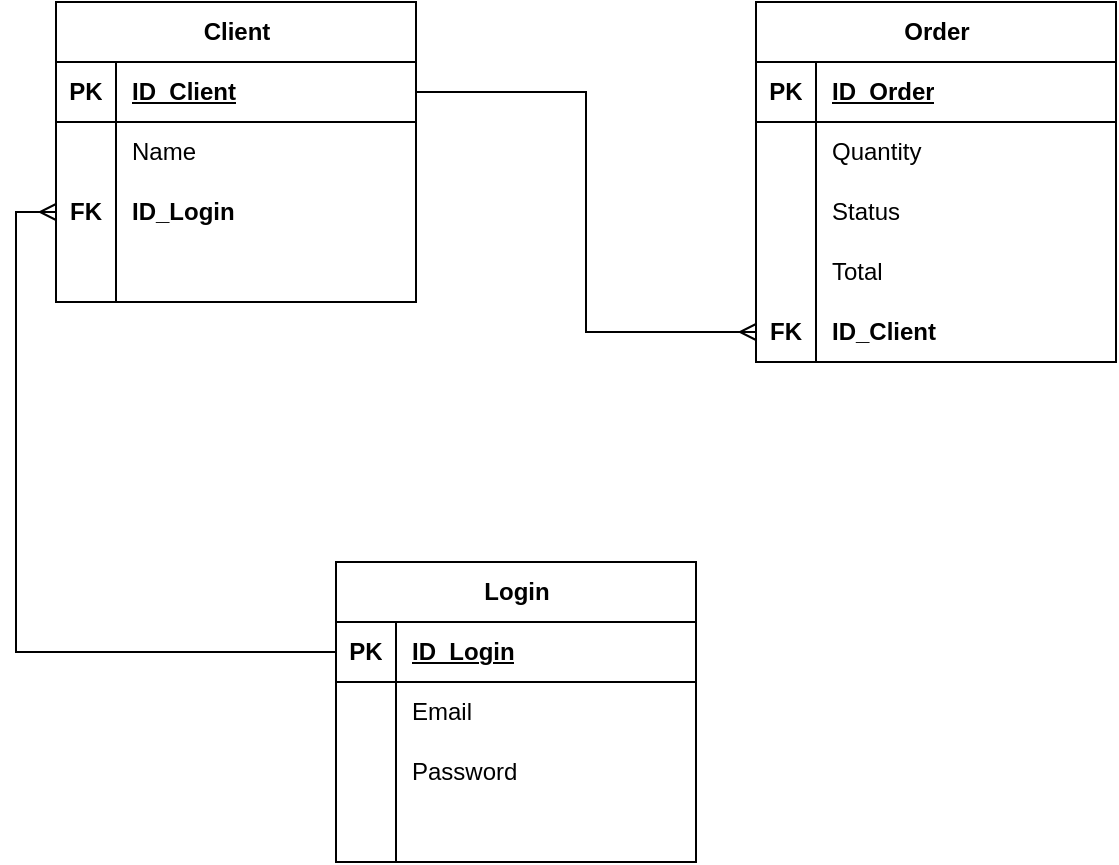
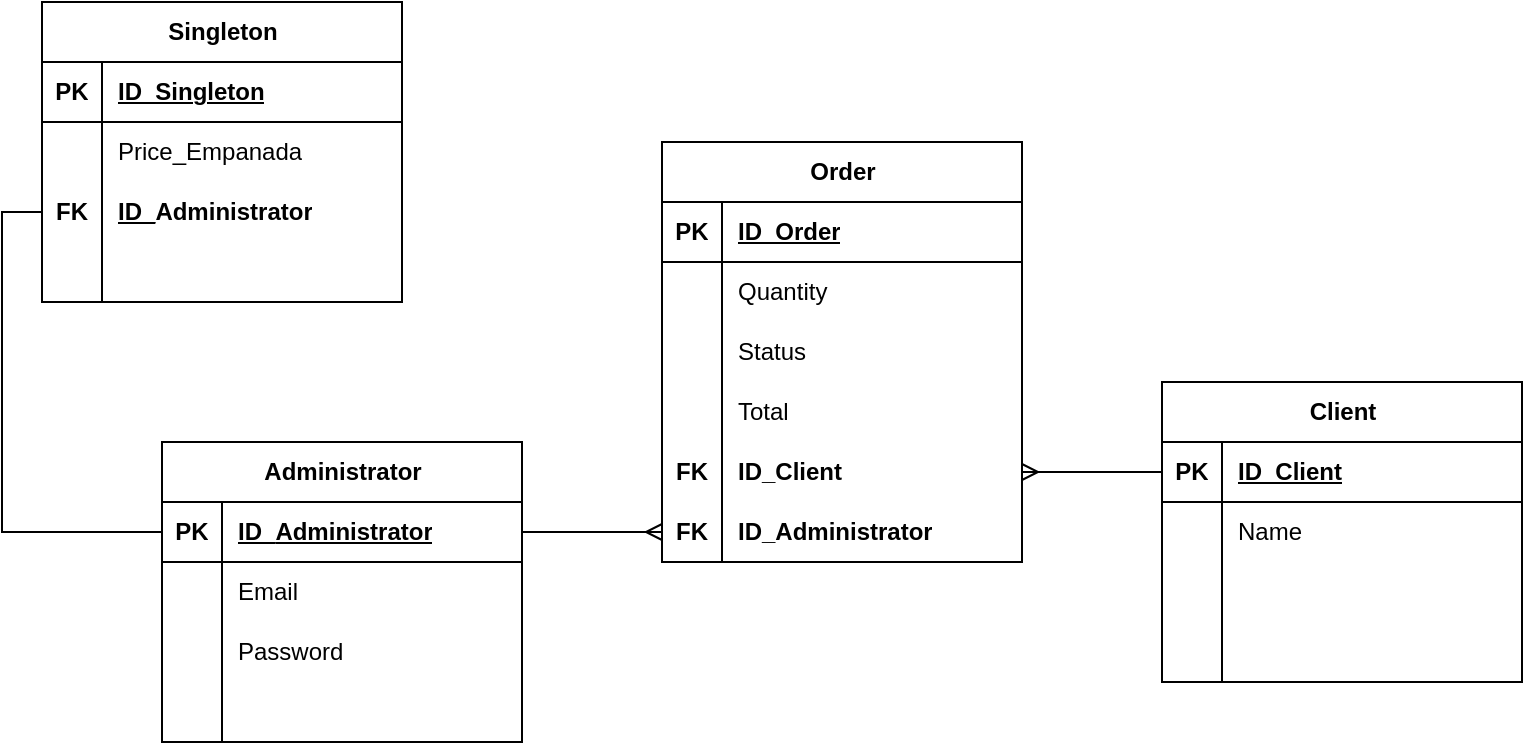
<mxfile host="app.diagrams.net">
  <diagram name="Página-1" id="OwNgiuJym1IdcQtIx1tB">
-     <mxGraphModel dx="628" dy="668" grid="1" gridSize="10" guides="1" tooltips="1" connect="1" arrows="1" fold="1" page="1" pageScale="1" pageWidth="827" pageHeight="1169" math="0" shadow="0">
+     <mxGraphModel dx="903" dy="960" grid="1" gridSize="10" guides="1" tooltips="1" connect="1" arrows="1" fold="1" page="1" pageScale="1" pageWidth="827" pageHeight="1169" math="0" shadow="0">
      <root>
        <mxCell id="0" />
        <mxCell id="1" parent="0" />
        <mxCell id="pkmkcIs28pNVRUKd5ecf-1" parent="1" style="shape=table;startSize=30;container=1;collapsible=1;childLayout=tableLayout;fixedRows=1;rowLines=0;fontStyle=1;align=center;resizeLast=1;html=1;" value="Client" vertex="1">
-           <mxGeometry height="150" width="180" x="130" y="110" as="geometry" />
+           <mxGeometry height="150" width="180" x="610" y="320" as="geometry" />
        </mxCell>
        <mxCell id="pkmkcIs28pNVRUKd5ecf-2" parent="pkmkcIs28pNVRUKd5ecf-1" style="shape=tableRow;horizontal=0;startSize=0;swimlaneHead=0;swimlaneBody=0;fillColor=none;collapsible=0;dropTarget=0;points=[[0,0.5],[1,0.5]];portConstraint=eastwest;top=0;left=0;right=0;bottom=1;" value="" vertex="1">
          <mxGeometry height="30" width="180" y="30" as="geometry" />
        </mxCell>
        <mxCell id="pkmkcIs28pNVRUKd5ecf-3" parent="pkmkcIs28pNVRUKd5ecf-2" style="shape=partialRectangle;connectable=0;fillColor=none;top=0;left=0;bottom=0;right=0;fontStyle=1;overflow=hidden;whiteSpace=wrap;html=1;" value="PK" vertex="1">
          <mxGeometry height="30" width="30" as="geometry">
            <mxRectangle height="30" width="30" as="alternateBounds" />
          </mxGeometry>
        </mxCell>
        <mxCell id="pkmkcIs28pNVRUKd5ecf-4" parent="pkmkcIs28pNVRUKd5ecf-2" style="shape=partialRectangle;connectable=0;fillColor=none;top=0;left=0;bottom=0;right=0;align=left;spacingLeft=6;fontStyle=5;overflow=hidden;whiteSpace=wrap;html=1;" value="ID_Client" vertex="1">
          <mxGeometry height="30" width="150" x="30" as="geometry">
            <mxRectangle height="30" width="150" as="alternateBounds" />
          </mxGeometry>
        </mxCell>
        <mxCell id="pkmkcIs28pNVRUKd5ecf-5" parent="pkmkcIs28pNVRUKd5ecf-1" style="shape=tableRow;horizontal=0;startSize=0;swimlaneHead=0;swimlaneBody=0;fillColor=none;collapsible=0;dropTarget=0;points=[[0,0.5],[1,0.5]];portConstraint=eastwest;top=0;left=0;right=0;bottom=0;" value="" vertex="1">
          <mxGeometry height="30" width="180" y="60" as="geometry" />
        </mxCell>
        <mxCell id="pkmkcIs28pNVRUKd5ecf-6" parent="pkmkcIs28pNVRUKd5ecf-5" style="shape=partialRectangle;connectable=0;fillColor=none;top=0;left=0;bottom=0;right=0;editable=1;overflow=hidden;whiteSpace=wrap;html=1;" value="" vertex="1">
          <mxGeometry height="30" width="30" as="geometry">
            <mxRectangle height="30" width="30" as="alternateBounds" />
          </mxGeometry>
        </mxCell>
        <mxCell id="pkmkcIs28pNVRUKd5ecf-7" parent="pkmkcIs28pNVRUKd5ecf-5" style="shape=partialRectangle;connectable=0;fillColor=none;top=0;left=0;bottom=0;right=0;align=left;spacingLeft=6;overflow=hidden;whiteSpace=wrap;html=1;" value="Name" vertex="1">
          <mxGeometry height="30" width="150" x="30" as="geometry">
            <mxRectangle height="30" width="150" as="alternateBounds" />
          </mxGeometry>
        </mxCell>
        <mxCell id="pkmkcIs28pNVRUKd5ecf-8" parent="pkmkcIs28pNVRUKd5ecf-1" style="shape=tableRow;horizontal=0;startSize=0;swimlaneHead=0;swimlaneBody=0;fillColor=none;collapsible=0;dropTarget=0;points=[[0,0.5],[1,0.5]];portConstraint=eastwest;top=0;left=0;right=0;bottom=0;" value="" vertex="1">
          <mxGeometry height="30" width="180" y="90" as="geometry" />
        </mxCell>
-         <mxCell id="pkmkcIs28pNVRUKd5ecf-9" parent="pkmkcIs28pNVRUKd5ecf-8" style="shape=partialRectangle;connectable=0;fillColor=none;top=0;left=0;bottom=0;right=0;editable=1;overflow=hidden;whiteSpace=wrap;html=1;" value="&lt;b&gt;FK&lt;/b&gt;" vertex="1">
-           <mxGeometry height="30" width="30" as="geometry">
-             <mxRectangle height="30" width="30" as="alternateBounds" />
-           </mxGeometry>
-         </mxCell>
-         <mxCell id="pkmkcIs28pNVRUKd5ecf-10" parent="pkmkcIs28pNVRUKd5ecf-8" style="shape=partialRectangle;connectable=0;fillColor=none;top=0;left=0;bottom=0;right=0;align=left;spacingLeft=6;overflow=hidden;whiteSpace=wrap;html=1;" value="&lt;b&gt;ID_Login&lt;/b&gt;" vertex="1">
+         <mxCell id="pkmkcIs28pNVRUKd5ecf-9" parent="pkmkcIs28pNVRUKd5ecf-8" style="shape=partialRectangle;connectable=0;fillColor=none;top=0;left=0;bottom=0;right=0;editable=1;overflow=hidden;whiteSpace=wrap;html=1;" value="" vertex="1">
+           <mxGeometry height="30" width="30" as="geometry">
+             <mxRectangle height="30" width="30" as="alternateBounds" />
+           </mxGeometry>
+         </mxCell>
+         <mxCell id="pkmkcIs28pNVRUKd5ecf-10" parent="pkmkcIs28pNVRUKd5ecf-8" style="shape=partialRectangle;connectable=0;fillColor=none;top=0;left=0;bottom=0;right=0;align=left;spacingLeft=6;overflow=hidden;whiteSpace=wrap;html=1;" value="" vertex="1">
          <mxGeometry height="30" width="150" x="30" as="geometry">
            <mxRectangle height="30" width="150" as="alternateBounds" />
          </mxGeometry>
        </mxCell>
        <mxCell id="pkmkcIs28pNVRUKd5ecf-11" parent="pkmkcIs28pNVRUKd5ecf-1" style="shape=tableRow;horizontal=0;startSize=0;swimlaneHead=0;swimlaneBody=0;fillColor=none;collapsible=0;dropTarget=0;points=[[0,0.5],[1,0.5]];portConstraint=eastwest;top=0;left=0;right=0;bottom=0;" value="" vertex="1">
          <mxGeometry height="30" width="180" y="120" as="geometry" />
        </mxCell>
        <mxCell id="pkmkcIs28pNVRUKd5ecf-12" parent="pkmkcIs28pNVRUKd5ecf-11" style="shape=partialRectangle;connectable=0;fillColor=none;top=0;left=0;bottom=0;right=0;editable=1;overflow=hidden;whiteSpace=wrap;html=1;" value="" vertex="1">
          <mxGeometry height="30" width="30" as="geometry">
            <mxRectangle height="30" width="30" as="alternateBounds" />
          </mxGeometry>
        </mxCell>
        <mxCell id="pkmkcIs28pNVRUKd5ecf-13" parent="pkmkcIs28pNVRUKd5ecf-11" style="shape=partialRectangle;connectable=0;fillColor=none;top=0;left=0;bottom=0;right=0;align=left;spacingLeft=6;overflow=hidden;whiteSpace=wrap;html=1;" value="" vertex="1">
          <mxGeometry height="30" width="150" x="30" as="geometry">
            <mxRectangle height="30" width="150" as="alternateBounds" />
          </mxGeometry>
        </mxCell>
        <mxCell id="pkmkcIs28pNVRUKd5ecf-14" parent="1" style="shape=table;startSize=30;container=1;collapsible=1;childLayout=tableLayout;fixedRows=1;rowLines=0;fontStyle=1;align=center;resizeLast=1;html=1;" value="Order" vertex="1">
-           <mxGeometry height="180" width="180" x="480" y="110" as="geometry" />
+           <mxGeometry height="210" width="180" x="360" y="200" as="geometry" />
        </mxCell>
        <mxCell id="pkmkcIs28pNVRUKd5ecf-15" parent="pkmkcIs28pNVRUKd5ecf-14" style="shape=tableRow;horizontal=0;startSize=0;swimlaneHead=0;swimlaneBody=0;fillColor=none;collapsible=0;dropTarget=0;points=[[0,0.5],[1,0.5]];portConstraint=eastwest;top=0;left=0;right=0;bottom=1;" value="" vertex="1">
          <mxGeometry height="30" width="180" y="30" as="geometry" />
        </mxCell>
        <mxCell id="pkmkcIs28pNVRUKd5ecf-16" parent="pkmkcIs28pNVRUKd5ecf-15" style="shape=partialRectangle;connectable=0;fillColor=none;top=0;left=0;bottom=0;right=0;fontStyle=1;overflow=hidden;whiteSpace=wrap;html=1;" value="PK" vertex="1">
          <mxGeometry height="30" width="30" as="geometry">
            <mxRectangle height="30" width="30" as="alternateBounds" />
          </mxGeometry>
        </mxCell>
        <mxCell id="pkmkcIs28pNVRUKd5ecf-17" parent="pkmkcIs28pNVRUKd5ecf-15" style="shape=partialRectangle;connectable=0;fillColor=none;top=0;left=0;bottom=0;right=0;align=left;spacingLeft=6;fontStyle=5;overflow=hidden;whiteSpace=wrap;html=1;" value="ID_Order" vertex="1">
          <mxGeometry height="30" width="150" x="30" as="geometry">
            <mxRectangle height="30" width="150" as="alternateBounds" />
          </mxGeometry>
        </mxCell>
        <mxCell id="pkmkcIs28pNVRUKd5ecf-18" parent="pkmkcIs28pNVRUKd5ecf-14" style="shape=tableRow;horizontal=0;startSize=0;swimlaneHead=0;swimlaneBody=0;fillColor=none;collapsible=0;dropTarget=0;points=[[0,0.5],[1,0.5]];portConstraint=eastwest;top=0;left=0;right=0;bottom=0;" value="" vertex="1">
          <mxGeometry height="30" width="180" y="60" as="geometry" />
        </mxCell>
        <mxCell id="pkmkcIs28pNVRUKd5ecf-19" parent="pkmkcIs28pNVRUKd5ecf-18" style="shape=partialRectangle;connectable=0;fillColor=none;top=0;left=0;bottom=0;right=0;editable=1;overflow=hidden;whiteSpace=wrap;html=1;" value="" vertex="1">
          <mxGeometry height="30" width="30" as="geometry">
            <mxRectangle height="30" width="30" as="alternateBounds" />
          </mxGeometry>
        </mxCell>
        <mxCell id="pkmkcIs28pNVRUKd5ecf-20" parent="pkmkcIs28pNVRUKd5ecf-18" style="shape=partialRectangle;connectable=0;fillColor=none;top=0;left=0;bottom=0;right=0;align=left;spacingLeft=6;overflow=hidden;whiteSpace=wrap;html=1;" value="Quantity" vertex="1">
          <mxGeometry height="30" width="150" x="30" as="geometry">
            <mxRectangle height="30" width="150" as="alternateBounds" />
          </mxGeometry>
        </mxCell>
        <mxCell id="pkmkcIs28pNVRUKd5ecf-21" parent="pkmkcIs28pNVRUKd5ecf-14" style="shape=tableRow;horizontal=0;startSize=0;swimlaneHead=0;swimlaneBody=0;fillColor=none;collapsible=0;dropTarget=0;points=[[0,0.5],[1,0.5]];portConstraint=eastwest;top=0;left=0;right=0;bottom=0;" value="" vertex="1">
          <mxGeometry height="30" width="180" y="90" as="geometry" />
        </mxCell>
        <mxCell id="pkmkcIs28pNVRUKd5ecf-22" parent="pkmkcIs28pNVRUKd5ecf-21" style="shape=partialRectangle;connectable=0;fillColor=none;top=0;left=0;bottom=0;right=0;editable=1;overflow=hidden;whiteSpace=wrap;html=1;" value="" vertex="1">
          <mxGeometry height="30" width="30" as="geometry">
            <mxRectangle height="30" width="30" as="alternateBounds" />
          </mxGeometry>
        </mxCell>
        <mxCell id="pkmkcIs28pNVRUKd5ecf-23" parent="pkmkcIs28pNVRUKd5ecf-21" style="shape=partialRectangle;connectable=0;fillColor=none;top=0;left=0;bottom=0;right=0;align=left;spacingLeft=6;overflow=hidden;whiteSpace=wrap;html=1;" value="Status" vertex="1">
          <mxGeometry height="30" width="150" x="30" as="geometry">
            <mxRectangle height="30" width="150" as="alternateBounds" />
          </mxGeometry>
        </mxCell>
        <mxCell id="pkmkcIs28pNVRUKd5ecf-24" parent="pkmkcIs28pNVRUKd5ecf-14" style="shape=tableRow;horizontal=0;startSize=0;swimlaneHead=0;swimlaneBody=0;fillColor=none;collapsible=0;dropTarget=0;points=[[0,0.5],[1,0.5]];portConstraint=eastwest;top=0;left=0;right=0;bottom=0;" value="" vertex="1">
          <mxGeometry height="30" width="180" y="120" as="geometry" />
        </mxCell>
        <mxCell id="pkmkcIs28pNVRUKd5ecf-25" parent="pkmkcIs28pNVRUKd5ecf-24" style="shape=partialRectangle;connectable=0;fillColor=none;top=0;left=0;bottom=0;right=0;editable=1;overflow=hidden;whiteSpace=wrap;html=1;" value="" vertex="1">
          <mxGeometry height="30" width="30" as="geometry">
            <mxRectangle height="30" width="30" as="alternateBounds" />
          </mxGeometry>
        </mxCell>
        <mxCell id="pkmkcIs28pNVRUKd5ecf-26" parent="pkmkcIs28pNVRUKd5ecf-24" style="shape=partialRectangle;connectable=0;fillColor=none;top=0;left=0;bottom=0;right=0;align=left;spacingLeft=6;overflow=hidden;whiteSpace=wrap;html=1;" value="Total" vertex="1">
          <mxGeometry height="30" width="150" x="30" as="geometry">
            <mxRectangle height="30" width="150" as="alternateBounds" />
          </mxGeometry>
        </mxCell>
        <mxCell id="pkmkcIs28pNVRUKd5ecf-41" parent="pkmkcIs28pNVRUKd5ecf-14" style="shape=tableRow;horizontal=0;startSize=0;swimlaneHead=0;swimlaneBody=0;fillColor=none;collapsible=0;dropTarget=0;points=[[0,0.5],[1,0.5]];portConstraint=eastwest;top=0;left=0;right=0;bottom=0;" value="" vertex="1">
          <mxGeometry height="30" width="180" y="150" as="geometry" />
        </mxCell>
        <mxCell id="pkmkcIs28pNVRUKd5ecf-42" parent="pkmkcIs28pNVRUKd5ecf-41" style="shape=partialRectangle;connectable=0;fillColor=none;top=0;left=0;bottom=0;right=0;editable=1;overflow=hidden;whiteSpace=wrap;html=1;" value="&lt;b&gt;FK&lt;/b&gt;" vertex="1">
          <mxGeometry height="30" width="30" as="geometry">
            <mxRectangle height="30" width="30" as="alternateBounds" />
          </mxGeometry>
        </mxCell>
        <mxCell id="pkmkcIs28pNVRUKd5ecf-43" parent="pkmkcIs28pNVRUKd5ecf-41" style="shape=partialRectangle;connectable=0;fillColor=none;top=0;left=0;bottom=0;right=0;align=left;spacingLeft=6;overflow=hidden;whiteSpace=wrap;html=1;" value="&lt;b&gt;ID_Client&lt;/b&gt;" vertex="1">
          <mxGeometry height="30" width="150" x="30" as="geometry">
            <mxRectangle height="30" width="150" as="alternateBounds" />
          </mxGeometry>
        </mxCell>
-         <mxCell id="pkmkcIs28pNVRUKd5ecf-27" edge="1" parent="1" source="pkmkcIs28pNVRUKd5ecf-2" style="edgeStyle=orthogonalEdgeStyle;rounded=0;orthogonalLoop=1;jettySize=auto;html=1;exitX=1;exitY=0.5;exitDx=0;exitDy=0;entryX=0;entryY=0.5;entryDx=0;entryDy=0;endArrow=ERmany;endFill=0;" target="pkmkcIs28pNVRUKd5ecf-41">
-           <mxGeometry relative="1" as="geometry">
-             <mxPoint x="369.9999999999999" y="150" as="targetPoint" />
-           </mxGeometry>
-         </mxCell>
-         <mxCell id="pkmkcIs28pNVRUKd5ecf-44" parent="1" style="shape=table;startSize=30;container=1;collapsible=1;childLayout=tableLayout;fixedRows=1;rowLines=0;fontStyle=1;align=center;resizeLast=1;html=1;" value="Login" vertex="1">
-           <mxGeometry height="150" width="180" x="270" y="390" as="geometry" />
+         <mxCell id="pkmkcIs28pNVRUKd5ecf-87" parent="pkmkcIs28pNVRUKd5ecf-14" style="shape=tableRow;horizontal=0;startSize=0;swimlaneHead=0;swimlaneBody=0;fillColor=none;collapsible=0;dropTarget=0;points=[[0,0.5],[1,0.5]];portConstraint=eastwest;top=0;left=0;right=0;bottom=0;" value="" vertex="1">
+           <mxGeometry height="30" width="180" y="180" as="geometry" />
+         </mxCell>
+         <mxCell id="pkmkcIs28pNVRUKd5ecf-88" parent="pkmkcIs28pNVRUKd5ecf-87" style="shape=partialRectangle;connectable=0;fillColor=none;top=0;left=0;bottom=0;right=0;editable=1;overflow=hidden;whiteSpace=wrap;html=1;" value="&lt;b&gt;FK&lt;/b&gt;" vertex="1">
+           <mxGeometry height="30" width="30" as="geometry">
+             <mxRectangle height="30" width="30" as="alternateBounds" />
+           </mxGeometry>
+         </mxCell>
+         <mxCell id="pkmkcIs28pNVRUKd5ecf-89" parent="pkmkcIs28pNVRUKd5ecf-87" style="shape=partialRectangle;connectable=0;fillColor=none;top=0;left=0;bottom=0;right=0;align=left;spacingLeft=6;overflow=hidden;whiteSpace=wrap;html=1;" value="&lt;b&gt;ID_Administrator&lt;/b&gt;" vertex="1">
+           <mxGeometry height="30" width="150" x="30" as="geometry">
+             <mxRectangle height="30" width="150" as="alternateBounds" />
+           </mxGeometry>
+         </mxCell>
+         <mxCell id="pkmkcIs28pNVRUKd5ecf-44" parent="1" style="shape=table;startSize=30;container=1;collapsible=1;childLayout=tableLayout;fixedRows=1;rowLines=0;fontStyle=1;align=center;resizeLast=1;html=1;" value="Administrator" vertex="1">
+           <mxGeometry height="150" width="180" x="110" y="350" as="geometry" />
        </mxCell>
        <mxCell id="pkmkcIs28pNVRUKd5ecf-45" parent="pkmkcIs28pNVRUKd5ecf-44" style="shape=tableRow;horizontal=0;startSize=0;swimlaneHead=0;swimlaneBody=0;fillColor=none;collapsible=0;dropTarget=0;points=[[0,0.5],[1,0.5]];portConstraint=eastwest;top=0;left=0;right=0;bottom=1;" value="" vertex="1">
          <mxGeometry height="30" width="180" y="30" as="geometry" />
        </mxCell>
        <mxCell id="pkmkcIs28pNVRUKd5ecf-46" parent="pkmkcIs28pNVRUKd5ecf-45" style="shape=partialRectangle;connectable=0;fillColor=none;top=0;left=0;bottom=0;right=0;fontStyle=1;overflow=hidden;whiteSpace=wrap;html=1;" value="PK" vertex="1">
          <mxGeometry height="30" width="30" as="geometry">
            <mxRectangle height="30" width="30" as="alternateBounds" />
          </mxGeometry>
        </mxCell>
-         <mxCell id="pkmkcIs28pNVRUKd5ecf-47" parent="pkmkcIs28pNVRUKd5ecf-45" style="shape=partialRectangle;connectable=0;fillColor=none;top=0;left=0;bottom=0;right=0;align=left;spacingLeft=6;fontStyle=5;overflow=hidden;whiteSpace=wrap;html=1;" value="ID_Login" vertex="1">
+         <mxCell id="pkmkcIs28pNVRUKd5ecf-47" parent="pkmkcIs28pNVRUKd5ecf-45" style="shape=partialRectangle;connectable=0;fillColor=none;top=0;left=0;bottom=0;right=0;align=left;spacingLeft=6;fontStyle=5;overflow=hidden;whiteSpace=wrap;html=1;" value="ID_&lt;span style=&quot;text-align: center; text-wrap-mode: nowrap;&quot;&gt;Administrator&lt;/span&gt;" vertex="1">
          <mxGeometry height="30" width="150" x="30" as="geometry">
            <mxRectangle height="30" width="150" as="alternateBounds" />
          </mxGeometry>
        </mxCell>
        <mxCell id="pkmkcIs28pNVRUKd5ecf-48" parent="pkmkcIs28pNVRUKd5ecf-44" style="shape=tableRow;horizontal=0;startSize=0;swimlaneHead=0;swimlaneBody=0;fillColor=none;collapsible=0;dropTarget=0;points=[[0,0.5],[1,0.5]];portConstraint=eastwest;top=0;left=0;right=0;bottom=0;" value="" vertex="1">
          <mxGeometry height="30" width="180" y="60" as="geometry" />
        </mxCell>
        <mxCell id="pkmkcIs28pNVRUKd5ecf-49" parent="pkmkcIs28pNVRUKd5ecf-48" style="shape=partialRectangle;connectable=0;fillColor=none;top=0;left=0;bottom=0;right=0;editable=1;overflow=hidden;whiteSpace=wrap;html=1;" value="" vertex="1">
          <mxGeometry height="30" width="30" as="geometry">
            <mxRectangle height="30" width="30" as="alternateBounds" />
          </mxGeometry>
        </mxCell>
        <mxCell id="pkmkcIs28pNVRUKd5ecf-50" parent="pkmkcIs28pNVRUKd5ecf-48" style="shape=partialRectangle;connectable=0;fillColor=none;top=0;left=0;bottom=0;right=0;align=left;spacingLeft=6;overflow=hidden;whiteSpace=wrap;html=1;" value="Email" vertex="1">
          <mxGeometry height="30" width="150" x="30" as="geometry">
            <mxRectangle height="30" width="150" as="alternateBounds" />
          </mxGeometry>
        </mxCell>
        <mxCell id="pkmkcIs28pNVRUKd5ecf-51" parent="pkmkcIs28pNVRUKd5ecf-44" style="shape=tableRow;horizontal=0;startSize=0;swimlaneHead=0;swimlaneBody=0;fillColor=none;collapsible=0;dropTarget=0;points=[[0,0.5],[1,0.5]];portConstraint=eastwest;top=0;left=0;right=0;bottom=0;" value="" vertex="1">
          <mxGeometry height="30" width="180" y="90" as="geometry" />
        </mxCell>
        <mxCell id="pkmkcIs28pNVRUKd5ecf-52" parent="pkmkcIs28pNVRUKd5ecf-51" style="shape=partialRectangle;connectable=0;fillColor=none;top=0;left=0;bottom=0;right=0;editable=1;overflow=hidden;whiteSpace=wrap;html=1;" value="" vertex="1">
          <mxGeometry height="30" width="30" as="geometry">
            <mxRectangle height="30" width="30" as="alternateBounds" />
          </mxGeometry>
        </mxCell>
        <mxCell id="pkmkcIs28pNVRUKd5ecf-53" parent="pkmkcIs28pNVRUKd5ecf-51" style="shape=partialRectangle;connectable=0;fillColor=none;top=0;left=0;bottom=0;right=0;align=left;spacingLeft=6;overflow=hidden;whiteSpace=wrap;html=1;" value="Password" vertex="1">
          <mxGeometry height="30" width="150" x="30" as="geometry">
            <mxRectangle height="30" width="150" as="alternateBounds" />
          </mxGeometry>
        </mxCell>
        <mxCell id="pkmkcIs28pNVRUKd5ecf-54" parent="pkmkcIs28pNVRUKd5ecf-44" style="shape=tableRow;horizontal=0;startSize=0;swimlaneHead=0;swimlaneBody=0;fillColor=none;collapsible=0;dropTarget=0;points=[[0,0.5],[1,0.5]];portConstraint=eastwest;top=0;left=0;right=0;bottom=0;" value="" vertex="1">
          <mxGeometry height="30" width="180" y="120" as="geometry" />
        </mxCell>
        <mxCell id="pkmkcIs28pNVRUKd5ecf-55" parent="pkmkcIs28pNVRUKd5ecf-54" style="shape=partialRectangle;connectable=0;fillColor=none;top=0;left=0;bottom=0;right=0;editable=1;overflow=hidden;whiteSpace=wrap;html=1;" value="" vertex="1">
          <mxGeometry height="30" width="30" as="geometry">
            <mxRectangle height="30" width="30" as="alternateBounds" />
          </mxGeometry>
        </mxCell>
        <mxCell id="pkmkcIs28pNVRUKd5ecf-56" parent="pkmkcIs28pNVRUKd5ecf-54" style="shape=partialRectangle;connectable=0;fillColor=none;top=0;left=0;bottom=0;right=0;align=left;spacingLeft=6;overflow=hidden;whiteSpace=wrap;html=1;" value="" vertex="1">
          <mxGeometry height="30" width="150" x="30" as="geometry">
            <mxRectangle height="30" width="150" as="alternateBounds" />
          </mxGeometry>
        </mxCell>
-         <mxCell id="pkmkcIs28pNVRUKd5ecf-57" edge="1" parent="1" source="pkmkcIs28pNVRUKd5ecf-45" style="edgeStyle=orthogonalEdgeStyle;rounded=0;orthogonalLoop=1;jettySize=auto;html=1;exitX=0;exitY=0.5;exitDx=0;exitDy=0;entryX=0;entryY=0.5;entryDx=0;entryDy=0;endArrow=ERmany;endFill=0;" target="pkmkcIs28pNVRUKd5ecf-8">
+         <mxCell id="pkmkcIs28pNVRUKd5ecf-90" edge="1" parent="1" source="pkmkcIs28pNVRUKd5ecf-45" style="edgeStyle=orthogonalEdgeStyle;rounded=0;orthogonalLoop=1;jettySize=auto;html=1;exitX=1;exitY=0.5;exitDx=0;exitDy=0;entryX=0;entryY=0.5;entryDx=0;entryDy=0;endArrow=ERmany;endFill=0;" target="pkmkcIs28pNVRUKd5ecf-87">
+           <mxGeometry relative="1" as="geometry" />
+         </mxCell>
+         <mxCell id="pkmkcIs28pNVRUKd5ecf-91" edge="1" parent="1" source="pkmkcIs28pNVRUKd5ecf-2" style="edgeStyle=orthogonalEdgeStyle;rounded=0;orthogonalLoop=1;jettySize=auto;html=1;exitX=0;exitY=0.5;exitDx=0;exitDy=0;endArrow=ERmany;endFill=0;" target="pkmkcIs28pNVRUKd5ecf-41">
+           <mxGeometry relative="1" as="geometry" />
+         </mxCell>
+         <mxCell id="pkmkcIs28pNVRUKd5ecf-104" parent="1" style="shape=table;startSize=30;container=1;collapsible=1;childLayout=tableLayout;fixedRows=1;rowLines=0;fontStyle=1;align=center;resizeLast=1;html=1;" value="Singleton" vertex="1">
+           <mxGeometry height="150" width="180" x="50" y="130" as="geometry" />
+         </mxCell>
+         <mxCell id="pkmkcIs28pNVRUKd5ecf-105" parent="pkmkcIs28pNVRUKd5ecf-104" style="shape=tableRow;horizontal=0;startSize=0;swimlaneHead=0;swimlaneBody=0;fillColor=none;collapsible=0;dropTarget=0;points=[[0,0.5],[1,0.5]];portConstraint=eastwest;top=0;left=0;right=0;bottom=1;" value="" vertex="1">
+           <mxGeometry height="30" width="180" y="30" as="geometry" />
+         </mxCell>
+         <mxCell id="pkmkcIs28pNVRUKd5ecf-106" parent="pkmkcIs28pNVRUKd5ecf-105" style="shape=partialRectangle;connectable=0;fillColor=none;top=0;left=0;bottom=0;right=0;fontStyle=1;overflow=hidden;whiteSpace=wrap;html=1;" value="PK" vertex="1">
+           <mxGeometry height="30" width="30" as="geometry">
+             <mxRectangle height="30" width="30" as="alternateBounds" />
+           </mxGeometry>
+         </mxCell>
+         <mxCell id="pkmkcIs28pNVRUKd5ecf-107" parent="pkmkcIs28pNVRUKd5ecf-105" style="shape=partialRectangle;connectable=0;fillColor=none;top=0;left=0;bottom=0;right=0;align=left;spacingLeft=6;fontStyle=5;overflow=hidden;whiteSpace=wrap;html=1;" value="ID_Singleton" vertex="1">
+           <mxGeometry height="30" width="150" x="30" as="geometry">
+             <mxRectangle height="30" width="150" as="alternateBounds" />
+           </mxGeometry>
+         </mxCell>
+         <mxCell id="pkmkcIs28pNVRUKd5ecf-108" parent="pkmkcIs28pNVRUKd5ecf-104" style="shape=tableRow;horizontal=0;startSize=0;swimlaneHead=0;swimlaneBody=0;fillColor=none;collapsible=0;dropTarget=0;points=[[0,0.5],[1,0.5]];portConstraint=eastwest;top=0;left=0;right=0;bottom=0;" value="" vertex="1">
+           <mxGeometry height="30" width="180" y="60" as="geometry" />
+         </mxCell>
+         <mxCell id="pkmkcIs28pNVRUKd5ecf-109" parent="pkmkcIs28pNVRUKd5ecf-108" style="shape=partialRectangle;connectable=0;fillColor=none;top=0;left=0;bottom=0;right=0;editable=1;overflow=hidden;whiteSpace=wrap;html=1;" value="" vertex="1">
+           <mxGeometry height="30" width="30" as="geometry">
+             <mxRectangle height="30" width="30" as="alternateBounds" />
+           </mxGeometry>
+         </mxCell>
+         <mxCell id="pkmkcIs28pNVRUKd5ecf-110" parent="pkmkcIs28pNVRUKd5ecf-108" style="shape=partialRectangle;connectable=0;fillColor=none;top=0;left=0;bottom=0;right=0;align=left;spacingLeft=6;overflow=hidden;whiteSpace=wrap;html=1;" value="Price_Empanada" vertex="1">
+           <mxGeometry height="30" width="150" x="30" as="geometry">
+             <mxRectangle height="30" width="150" as="alternateBounds" />
+           </mxGeometry>
+         </mxCell>
+         <mxCell id="pkmkcIs28pNVRUKd5ecf-111" parent="pkmkcIs28pNVRUKd5ecf-104" style="shape=tableRow;horizontal=0;startSize=0;swimlaneHead=0;swimlaneBody=0;fillColor=none;collapsible=0;dropTarget=0;points=[[0,0.5],[1,0.5]];portConstraint=eastwest;top=0;left=0;right=0;bottom=0;" value="" vertex="1">
+           <mxGeometry height="30" width="180" y="90" as="geometry" />
+         </mxCell>
+         <mxCell id="pkmkcIs28pNVRUKd5ecf-112" parent="pkmkcIs28pNVRUKd5ecf-111" style="shape=partialRectangle;connectable=0;fillColor=none;top=0;left=0;bottom=0;right=0;editable=1;overflow=hidden;whiteSpace=wrap;html=1;" value="&lt;b&gt;FK&lt;/b&gt;" vertex="1">
+           <mxGeometry height="30" width="30" as="geometry">
+             <mxRectangle height="30" width="30" as="alternateBounds" />
+           </mxGeometry>
+         </mxCell>
+         <mxCell id="pkmkcIs28pNVRUKd5ecf-113" parent="pkmkcIs28pNVRUKd5ecf-111" style="shape=partialRectangle;connectable=0;fillColor=none;top=0;left=0;bottom=0;right=0;align=left;spacingLeft=6;overflow=hidden;whiteSpace=wrap;html=1;" value="&lt;span style=&quot;font-weight: 700; text-decoration-line: underline;&quot;&gt;ID_&lt;/span&gt;&lt;span style=&quot;font-weight: 700; text-wrap-mode: nowrap; text-align: center;&quot;&gt;Administrator&lt;/span&gt;" vertex="1">
+           <mxGeometry height="30" width="150" x="30" as="geometry">
+             <mxRectangle height="30" width="150" as="alternateBounds" />
+           </mxGeometry>
+         </mxCell>
+         <mxCell id="pkmkcIs28pNVRUKd5ecf-114" parent="pkmkcIs28pNVRUKd5ecf-104" style="shape=tableRow;horizontal=0;startSize=0;swimlaneHead=0;swimlaneBody=0;fillColor=none;collapsible=0;dropTarget=0;points=[[0,0.5],[1,0.5]];portConstraint=eastwest;top=0;left=0;right=0;bottom=0;" value="" vertex="1">
+           <mxGeometry height="30" width="180" y="120" as="geometry" />
+         </mxCell>
+         <mxCell id="pkmkcIs28pNVRUKd5ecf-115" parent="pkmkcIs28pNVRUKd5ecf-114" style="shape=partialRectangle;connectable=0;fillColor=none;top=0;left=0;bottom=0;right=0;editable=1;overflow=hidden;whiteSpace=wrap;html=1;" value="" vertex="1">
+           <mxGeometry height="30" width="30" as="geometry">
+             <mxRectangle height="30" width="30" as="alternateBounds" />
+           </mxGeometry>
+         </mxCell>
+         <mxCell id="pkmkcIs28pNVRUKd5ecf-116" parent="pkmkcIs28pNVRUKd5ecf-114" style="shape=partialRectangle;connectable=0;fillColor=none;top=0;left=0;bottom=0;right=0;align=left;spacingLeft=6;overflow=hidden;whiteSpace=wrap;html=1;" value="" vertex="1">
+           <mxGeometry height="30" width="150" x="30" as="geometry">
+             <mxRectangle height="30" width="150" as="alternateBounds" />
+           </mxGeometry>
+         </mxCell>
+         <mxCell id="pkmkcIs28pNVRUKd5ecf-117" edge="1" parent="1" source="pkmkcIs28pNVRUKd5ecf-45" style="edgeStyle=orthogonalEdgeStyle;rounded=0;orthogonalLoop=1;jettySize=auto;html=1;exitX=0;exitY=0.5;exitDx=0;exitDy=0;entryX=0;entryY=0.5;entryDx=0;entryDy=0;endArrow=none;endFill=0;" target="pkmkcIs28pNVRUKd5ecf-111">
          <mxGeometry relative="1" as="geometry" />
        </mxCell>
      </root>
    </mxGraphModel>
  </diagram>
</mxfile>
